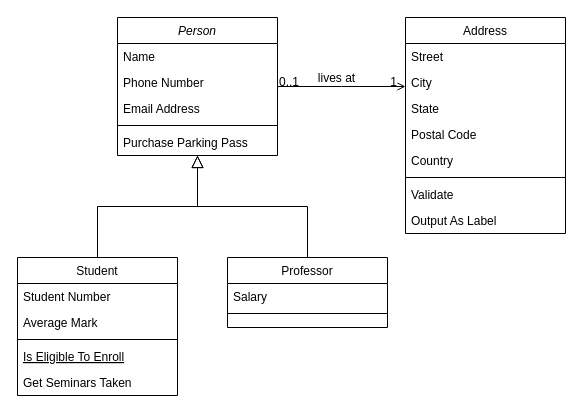
The draw.io diagram column_class.drawio in Linkerist/drawio, before the edit. Source tidied: cells renumbered, new cells numbered last; positions are measured from the earlier drawing's top-left corner, leaving out a move shared by most shapes. Both pictures are drawn from the tidied source at 100%, with x=0, y=0 at pixel (17, 17).
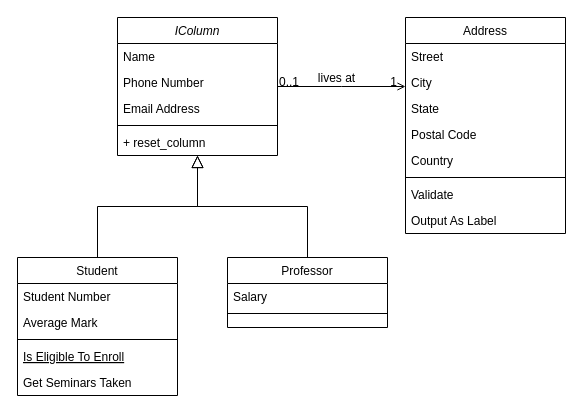
Above is the later version.

The edit, as a diff of the source:
```diff
@@
-    <mxCell id="2" value="Person" style="swimlane;fontStyle=2;align=center;verticalAlign=top;horizontal=1;startSize=26;rounded=0;shadow=0;strokeWidth=1;" parent="1" vertex="1">
+    <mxCell id="2" value="IColumn" style="swimlane;fontStyle=2;align=center;verticalAlign=top;horizontal=1;startSize=26;rounded=0;shadow=0;strokeWidth=1;" parent="1" vertex="1">
       <mxGeometry x="100" width="160" height="138" as="geometry" />
     </mxCell>
@@
-    <mxCell id="7" value="Purchase Parking Pass" style="text;align=left;verticalAlign=top;spacingLeft=4;spacingRight=4;overflow=hidden;" parent="2" vertex="1">
+    <mxCell id="7" value="+ reset_column" style="text;align=left;verticalAlign=top;spacingLeft=4;spacingRight=4;overflow=hidden;" parent="2" vertex="1">
       <mxGeometry y="112" width="160" height="26" as="geometry" />
     </mxCell>
```
